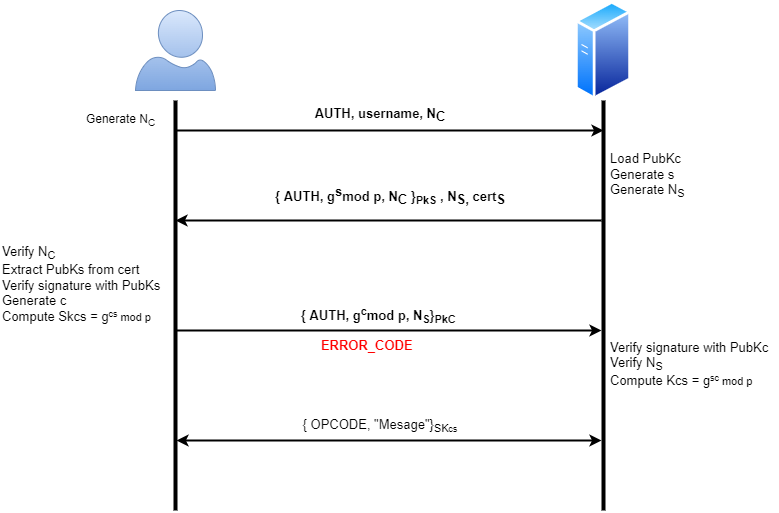
Earlier version of the draw.io export project/docs/images/protocollo autenticazione client-server.drawio.png (leonardopoggiani/CybersecurityProject). Source tidied: cells renumbered, new cells last; positions are measured from the earlier drawing's top-left corner, leaving out a move shared by most shapes.
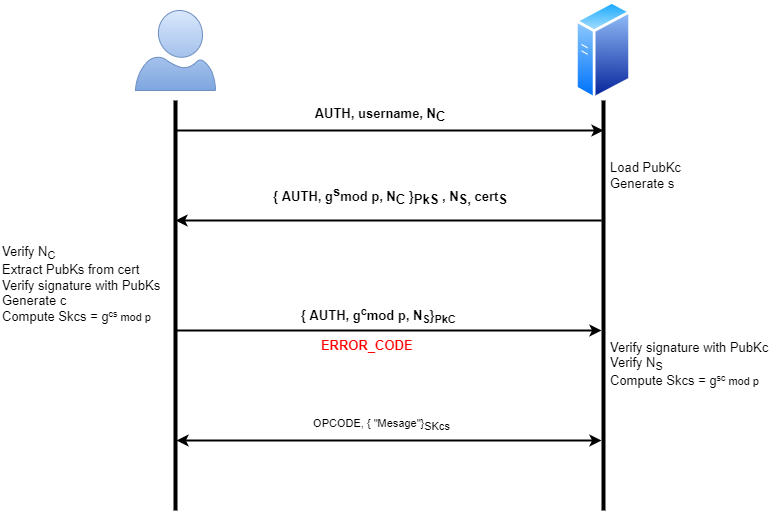
Above is the later version.

The edit, as a diff of the source:
```diff
@@ -38,7 +38,7 @@
     <mxCell id="9" value="AUTH, username, N&lt;sub style=&quot;font-size: 13px&quot;&gt;C&lt;/sub&gt;" style="text;html=1;strokeColor=none;fillColor=none;align=center;verticalAlign=middle;whiteSpace=wrap;rounded=0;fontStyle=1;fontSize=13;" parent="1" vertex="1">
       <mxGeometry x="300" y="100" width="160" height="30" as="geometry" />
     </mxCell>
-    <mxCell id="10" value="{ AUTH, g&lt;sup style=&quot;font-size: 13px&quot;&gt;s&lt;/sup&gt;mod p, N&lt;sub style=&quot;font-size: 13px&quot;&gt;C &lt;/sub&gt;}&lt;span style=&quot;font-size: 13px&quot;&gt;&lt;span style=&quot;font-size: 13px&quot;&gt;&lt;sub&gt;PkS&lt;/sub&gt;&lt;/span&gt;&lt;sub style=&quot;font-size: 13px&quot;&gt;&amp;nbsp;&lt;/sub&gt;&lt;/span&gt;, N&lt;sub style=&quot;font-size: 13px&quot;&gt;S, &lt;/sub&gt;cert&lt;sub style=&quot;font-size: 13px&quot;&gt;S&lt;/sub&gt;" style="text;html=1;strokeColor=none;fillColor=none;align=center;verticalAlign=middle;whiteSpace=wrap;rounded=0;strokeWidth=3;fontSize=13;fontStyle=1;" parent="1" vertex="1">
+    <mxCell id="10" value="{ AUTH, g&lt;sup style=&quot;font-size: 13px&quot;&gt;s&lt;/sup&gt;mod p, N&lt;sub style=&quot;font-size: 13px&quot;&gt;C &lt;/sub&gt;}&lt;span style=&quot;font-size: 13px&quot;&gt;&lt;sub style=&quot;font-size: 13px&quot;&gt;PkS&amp;nbsp;&lt;/sub&gt;&lt;/span&gt;, N&lt;sub style=&quot;font-size: 13px&quot;&gt;S, &lt;/sub&gt;cert&lt;sub style=&quot;font-size: 13px&quot;&gt;S&lt;/sub&gt;" style="text;html=1;strokeColor=none;fillColor=none;align=center;verticalAlign=middle;whiteSpace=wrap;rounded=0;strokeWidth=3;fontSize=13;fontStyle=1;" parent="1" vertex="1">
       <mxGeometry x="205" y="180" width="370" height="30" as="geometry" />
     </mxCell>
     <mxCell id="11" value="{ AUTH, g&lt;sup&gt;c&lt;/sup&gt;mod p, N&lt;sub&gt;S&lt;/sub&gt;}&lt;span style=&quot;font-size: 13px&quot;&gt;&lt;span style=&quot;font-size: 13px&quot;&gt;&lt;sub&gt;PkC&lt;/sub&gt;&lt;/span&gt;&lt;sub style=&quot;font-size: 13px&quot;&gt;&amp;nbsp;&lt;/sub&gt;&lt;/span&gt;" style="text;html=1;strokeColor=none;fillColor=none;align=center;verticalAlign=middle;whiteSpace=wrap;rounded=0;strokeWidth=3;fontSize=13;fontStyle=1;" parent="1" vertex="1">
@@ -54,20 +54,17 @@
         </Array>
       </mxGeometry>
     </mxCell>
-    <mxCell id="14" value="{ OPCODE, &quot;Mesage&quot;}&lt;sub&gt;SK&lt;/sub&gt;&lt;span style=&quot;font-size: 10.8333px&quot;&gt;&lt;sub&gt;cs&lt;/sub&gt;&lt;/span&gt;" style="text;html=1;strokeColor=none;fillColor=none;align=center;verticalAlign=middle;whiteSpace=wrap;rounded=0;strokeWidth=3;fontSize=13;fontStyle=0;" parent="1" vertex="1">
+    <mxCell id="14" value="&amp;nbsp;OPCODE, { &quot;Mesage&quot;}&lt;sub style=&quot;font-size: 11px;&quot;&gt;SK&lt;/sub&gt;&lt;span style=&quot;font-size: 11px;&quot;&gt;&lt;sub style=&quot;font-size: 11px;&quot;&gt;cs&lt;/sub&gt;&lt;/span&gt;" style="text;html=1;strokeColor=none;fillColor=none;align=center;verticalAlign=middle;whiteSpace=wrap;rounded=0;strokeWidth=3;fontSize=11;fontStyle=0;" parent="1" vertex="1">
       <mxGeometry x="195" y="410" width="370" height="30" as="geometry" />
     </mxCell>
-    <mxCell id="15" value="Load PubKc&lt;br&gt;Generate s&lt;br&gt;Generate N&lt;sub&gt;S&lt;/sub&gt;" style="text;html=1;strokeColor=none;fillColor=none;align=left;verticalAlign=middle;whiteSpace=wrap;rounded=0;fontSize=13;fontColor=#000000;" parent="1" vertex="1">
+    <mxCell id="15" value="Load PubKc&lt;br&gt;Generate s" style="text;html=1;strokeColor=none;fillColor=none;align=left;verticalAlign=middle;whiteSpace=wrap;rounded=0;fontSize=13;fontColor=#000000;" parent="1" vertex="1">
       <mxGeometry x="608" y="160" width="80" height="30" as="geometry" />
     </mxCell>
     <mxCell id="16" value="Verify N&lt;sub&gt;C&lt;br&gt;&lt;/sub&gt;Extract PubKs from cert&lt;br&gt;Verify signature with PubKs&lt;br&gt;Generate c&lt;br&gt;Compute Skcs = g&lt;span style=&quot;font-size: 10.8333px&quot;&gt;&lt;sup&gt;cs&lt;/sup&gt;&amp;nbsp;mod p&lt;/span&gt;&lt;sub&gt;&lt;br&gt;&lt;/sub&gt;" style="text;html=1;strokeColor=none;fillColor=none;align=left;verticalAlign=middle;whiteSpace=wrap;rounded=0;fontSize=13;fontColor=#000000;" parent="1" vertex="1">
       <mxGeometry y="240" width="170" height="90" as="geometry" />
     </mxCell>
-    <mxCell id="17" value="Verify signature with PubKc&lt;br&gt;Verify N&lt;sub&gt;S&amp;nbsp;&lt;br&gt;&lt;/sub&gt;Compute Kcs = g&lt;span style=&quot;font-size: 10.8333px&quot;&gt;&lt;sup&gt;sc&lt;/sup&gt;&amp;nbsp;mod p&lt;/span&gt;&lt;span style=&quot;font-size: 10.8333px&quot;&gt;&lt;sub&gt;&lt;br&gt;&lt;/sub&gt;&lt;/span&gt;" style="text;html=1;strokeColor=none;fillColor=none;align=left;verticalAlign=middle;whiteSpace=wrap;rounded=0;fontSize=13;fontColor=#000000;" parent="1" vertex="1">
+    <mxCell id="17" value="Verify signature with PubKc&lt;br&gt;Verify N&lt;sub&gt;S&amp;nbsp;&lt;br&gt;&lt;/sub&gt;Compute Skcs = g&lt;span style=&quot;font-size: 10.8333px&quot;&gt;&lt;sup&gt;sc&lt;/sup&gt;&amp;nbsp;mod p&lt;/span&gt;&lt;span style=&quot;font-size: 10.8333px&quot;&gt;&lt;sub&gt;&lt;br&gt;&lt;/sub&gt;&lt;/span&gt;" style="text;html=1;strokeColor=none;fillColor=none;align=left;verticalAlign=middle;whiteSpace=wrap;rounded=0;fontSize=13;fontColor=#000000;" parent="1" vertex="1">
       <mxGeometry x="608" y="340" width="170" height="50" as="geometry" />
     </mxCell>
-    <mxCell id="18" value="Generate N&lt;sub&gt;C&lt;/sub&gt;" style="text;html=1;align=center;verticalAlign=middle;strokeColor=none;fillColor=none;" parent="1" vertex="1">
-      <mxGeometry x="75" y="110" width="90" height="20" as="geometry" />
-    </mxCell>
   </root>
 </mxGraphModel>
```
